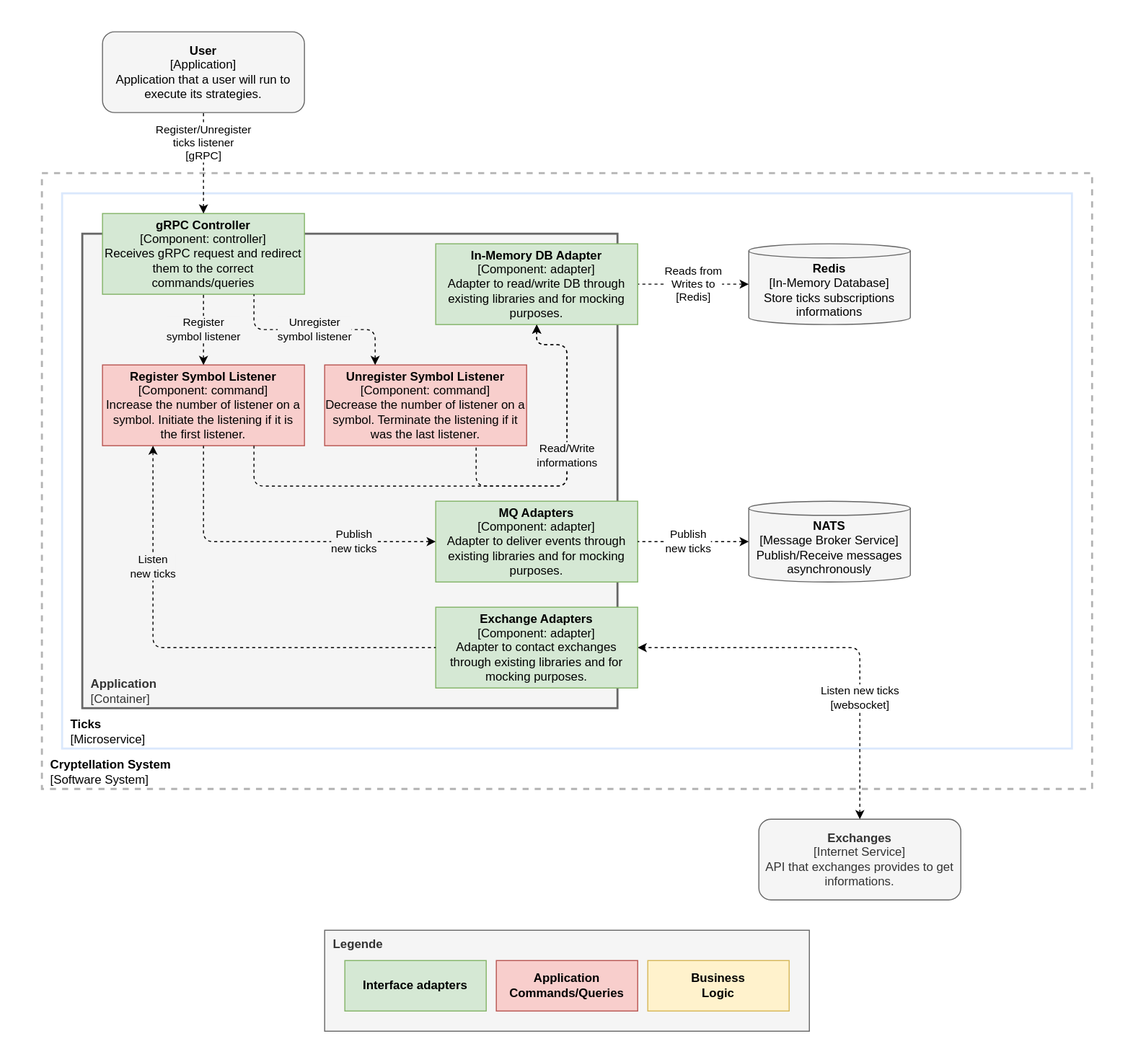
Earlier version of the draw.io export website/docs/services/ticks/internal/component-diagram.svg (lerenn/cryptellation). Source tidied: cells renumbered, new cells last; positions are measured from the earlier drawing's top-left corner, leaving out a move shared by most shapes.
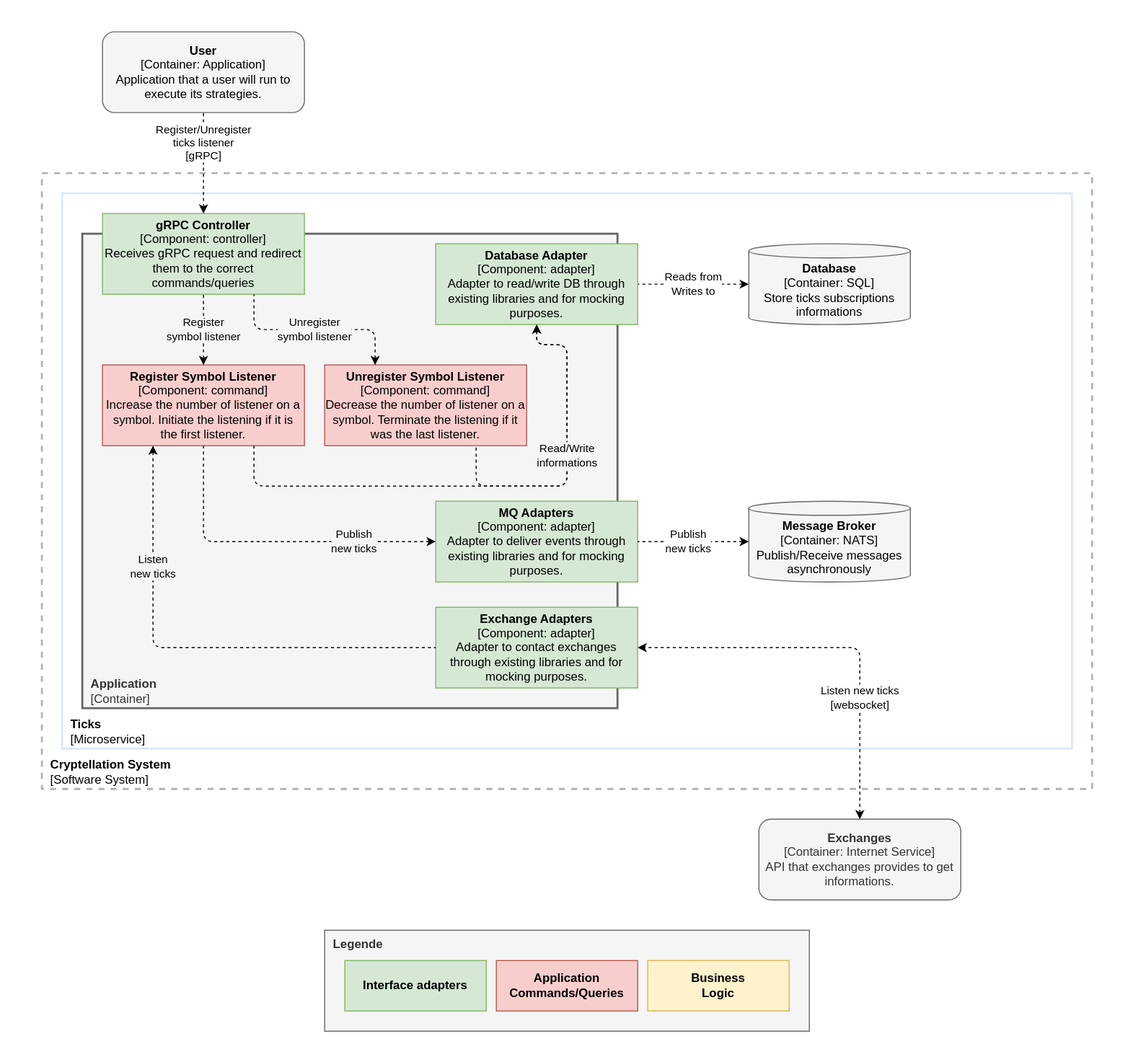
The same diagram one commit later.

Diff of the diagram source:
```diff
@@ -17,19 +17,19 @@
     <mxCell id="6" value="&lt;b&gt;gRPC Controller&lt;/b&gt;&lt;br&gt;[Component: controller]&lt;br&gt;Receives gRPC request and redirect them to the correct commands/queries" style="rounded=0;whiteSpace=wrap;html=1;fillColor=#d5e8d4;strokeColor=#82b366;" parent="1" vertex="1">
       <mxGeometry x="100" y="210" width="200" height="80" as="geometry" />
     </mxCell>
-    <mxCell id="7" value="&lt;b style=&quot;color: rgb(0 , 0 , 0)&quot;&gt;Redis&lt;/b&gt;&lt;br style=&quot;color: rgb(0 , 0 , 0)&quot;&gt;&lt;span style=&quot;color: rgb(0 , 0 , 0)&quot;&gt;[In-Memory Database]&lt;/span&gt;&lt;br style=&quot;color: rgb(0 , 0 , 0)&quot;&gt;&lt;span style=&quot;color: rgb(0 , 0 , 0)&quot;&gt;Store ticks subscriptions informations&lt;/span&gt;" style="shape=cylinder3;whiteSpace=wrap;html=1;boundedLbl=1;backgroundOutline=1;size=7;fillColor=#f5f5f5;strokeColor=#666666;fontColor=#333333;" parent="1" vertex="1">
+    <mxCell id="7" value="&lt;b style=&quot;color: rgb(0 , 0 , 0)&quot;&gt;Database&lt;/b&gt;&lt;br style=&quot;color: rgb(0 , 0 , 0)&quot;&gt;&lt;span style=&quot;color: rgb(0 , 0 , 0)&quot;&gt;[Container: SQL]&lt;/span&gt;&lt;br style=&quot;color: rgb(0 , 0 , 0)&quot;&gt;&lt;span style=&quot;color: rgb(0 , 0 , 0)&quot;&gt;Store ticks subscriptions informations&lt;/span&gt;" style="shape=cylinder3;whiteSpace=wrap;html=1;boundedLbl=1;backgroundOutline=1;size=7;fillColor=#f5f5f5;strokeColor=#666666;fontColor=#333333;" parent="1" vertex="1">
       <mxGeometry x="740" y="240" width="160" height="80" as="geometry" />
     </mxCell>
-    <mxCell id="8" value="&lt;b style=&quot;color: rgb(51 , 51 , 51)&quot;&gt;Exchanges&lt;/b&gt;&lt;br style=&quot;color: rgb(51 , 51 , 51)&quot;&gt;&lt;span style=&quot;color: rgb(51 , 51 , 51)&quot;&gt;[Internet Service]&lt;/span&gt;&lt;br style=&quot;color: rgb(51 , 51 , 51)&quot;&gt;&lt;span style=&quot;color: rgb(51 , 51 , 51)&quot;&gt;API that exchanges provides to get informations.&lt;/span&gt;" style="rounded=1;whiteSpace=wrap;html=1;fillColor=#f5f5f5;fontColor=#333333;strokeColor=#666666;" parent="1" vertex="1">
+    <mxCell id="8" value="&lt;b style=&quot;color: rgb(51 , 51 , 51)&quot;&gt;Exchanges&lt;/b&gt;&lt;br style=&quot;color: rgb(51 , 51 , 51)&quot;&gt;&lt;span style=&quot;color: rgb(51 , 51 , 51)&quot;&gt;[Container: Internet Service]&lt;/span&gt;&lt;br style=&quot;color: rgb(51 , 51 , 51)&quot;&gt;&lt;span style=&quot;color: rgb(51 , 51 , 51)&quot;&gt;API that exchanges provides to get informations.&lt;/span&gt;" style="rounded=1;whiteSpace=wrap;html=1;fillColor=#f5f5f5;fontColor=#333333;strokeColor=#666666;" parent="1" vertex="1">
       <mxGeometry x="750" y="810" width="200" height="80" as="geometry" />
     </mxCell>
     <mxCell id="9" value="&lt;font face=&quot;helvetica&quot;&gt;Listen new ticks&lt;br&gt;[websocket]&lt;br&gt;&lt;/font&gt;" style="endArrow=classic;dashed=1;html=1;exitX=0.5;exitY=0;exitDx=0;exitDy=0;entryX=1;entryY=0.5;entryDx=0;entryDy=0;edgeStyle=orthogonalEdgeStyle;startArrow=classic;startFill=1;endFill=1;" parent="1" edge="1" source="8" target="13">
       <mxGeometry x="-0.38" relative="1" as="geometry" />
     </mxCell>
-    <mxCell id="10" value="&lt;font face=&quot;helvetica&quot;&gt;Reads from&lt;br&gt;Writes to&lt;br&gt;[Redis]&lt;br&gt;&lt;/font&gt;" style="endArrow=none;dashed=1;html=1;exitX=0;exitY=0.5;exitDx=0;exitDy=0;entryX=1;entryY=0.5;entryDx=0;entryDy=0;edgeStyle=orthogonalEdgeStyle;startArrow=classic;startFill=1;exitPerimeter=0;" parent="1" edge="1" source="7" target="14">
+    <mxCell id="10" value="&lt;font face=&quot;helvetica&quot;&gt;Reads from&lt;br&gt;Writes to&lt;br&gt;&lt;/font&gt;" style="endArrow=none;dashed=1;html=1;exitX=0;exitY=0.5;exitDx=0;exitDy=0;entryX=1;entryY=0.5;entryDx=0;entryDy=0;edgeStyle=orthogonalEdgeStyle;startArrow=classic;startFill=1;exitPerimeter=0;" parent="1" edge="1" source="7" target="14">
       <mxGeometry relative="1" as="geometry" />
     </mxCell>
-    <mxCell id="11" value="&lt;b style=&quot;color: rgb(0 , 0 , 0) ; font-family: &amp;#34;helvetica&amp;#34; ; font-size: 12px ; font-style: normal ; letter-spacing: normal ; text-align: center ; text-indent: 0px ; text-transform: none ; word-spacing: 0px&quot;&gt;User&lt;/b&gt;&lt;br style=&quot;color: rgb(0 , 0 , 0) ; font-family: &amp;#34;helvetica&amp;#34; ; font-size: 12px ; font-style: normal ; font-weight: 400 ; letter-spacing: normal ; text-align: center ; text-indent: 0px ; text-transform: none ; word-spacing: 0px&quot;&gt;&lt;span style=&quot;color: rgb(0 , 0 , 0) ; font-family: &amp;#34;helvetica&amp;#34; ; font-size: 12px ; font-style: normal ; font-weight: 400 ; letter-spacing: normal ; text-align: center ; text-indent: 0px ; text-transform: none ; word-spacing: 0px ; display: inline ; float: none&quot;&gt;[Application]&lt;/span&gt;&lt;br style=&quot;color: rgb(0 , 0 , 0) ; font-family: &amp;#34;helvetica&amp;#34; ; font-size: 12px ; font-style: normal ; font-weight: 400 ; letter-spacing: normal ; text-align: center ; text-indent: 0px ; text-transform: none ; word-spacing: 0px&quot;&gt;&lt;span style=&quot;color: rgb(0 , 0 , 0) ; font-family: &amp;#34;helvetica&amp;#34; ; font-size: 12px ; font-style: normal ; font-weight: 400 ; letter-spacing: normal ; text-align: center ; text-indent: 0px ; text-transform: none ; word-spacing: 0px ; display: inline ; float: none&quot;&gt;Application that a user will run to execute its strategies.&lt;/span&gt;" style="rounded=1;whiteSpace=wrap;html=1;strokeColor=#666666;strokeWidth=1;fillColor=#f5f5f5;fontColor=#333333;" parent="1" vertex="1">
+    <mxCell id="11" value="&lt;b style=&quot;color: rgb(0 , 0 , 0) ; font-family: &amp;#34;helvetica&amp;#34; ; font-size: 12px ; font-style: normal ; letter-spacing: normal ; text-align: center ; text-indent: 0px ; text-transform: none ; word-spacing: 0px&quot;&gt;User&lt;/b&gt;&lt;br style=&quot;color: rgb(0 , 0 , 0) ; font-family: &amp;#34;helvetica&amp;#34; ; font-size: 12px ; font-style: normal ; font-weight: 400 ; letter-spacing: normal ; text-align: center ; text-indent: 0px ; text-transform: none ; word-spacing: 0px&quot;&gt;&lt;span style=&quot;color: rgb(0 , 0 , 0) ; font-family: &amp;#34;helvetica&amp;#34; ; font-size: 12px ; font-style: normal ; font-weight: 400 ; letter-spacing: normal ; text-align: center ; text-indent: 0px ; text-transform: none ; word-spacing: 0px ; display: inline ; float: none&quot;&gt;[Container: Application]&lt;/span&gt;&lt;br style=&quot;color: rgb(0 , 0 , 0) ; font-family: &amp;#34;helvetica&amp;#34; ; font-size: 12px ; font-style: normal ; font-weight: 400 ; letter-spacing: normal ; text-align: center ; text-indent: 0px ; text-transform: none ; word-spacing: 0px&quot;&gt;&lt;span style=&quot;color: rgb(0 , 0 , 0) ; font-family: &amp;#34;helvetica&amp;#34; ; font-size: 12px ; font-style: normal ; font-weight: 400 ; letter-spacing: normal ; text-align: center ; text-indent: 0px ; text-transform: none ; word-spacing: 0px ; display: inline ; float: none&quot;&gt;Application that a user will run to execute its strategies.&lt;/span&gt;" style="rounded=1;whiteSpace=wrap;html=1;strokeColor=#666666;strokeWidth=1;fillColor=#f5f5f5;fontColor=#333333;" parent="1" vertex="1">
       <mxGeometry x="100" y="30" width="200" height="80" as="geometry" />
     </mxCell>
     <mxCell id="12" value="&lt;font face=&quot;helvetica&quot;&gt;Register/Unregister&lt;br&gt;ticks listener&lt;br&gt;[gRPC]&lt;br&gt;&lt;/font&gt;" style="endArrow=none;dashed=1;html=1;entryX=0.5;entryY=1;entryDx=0;entryDy=0;edgeStyle=orthogonalEdgeStyle;startArrow=classic;startFill=1;exitX=0.5;exitY=0;exitDx=0;exitDy=0;" parent="1" edge="1" source="6" target="11">
@@ -38,7 +38,7 @@
     <mxCell id="13" value="&lt;b&gt;Exchange Adapters&lt;/b&gt;&lt;br&gt;[Component: adapter]&lt;br&gt;Adapter to contact exchanges through existing libraries and for mocking purposes." style="rounded=0;whiteSpace=wrap;html=1;fillColor=#d5e8d4;strokeColor=#82b366;" parent="1" vertex="1">
       <mxGeometry x="430" y="600" width="200" height="80" as="geometry" />
     </mxCell>
-    <mxCell id="14" value="&lt;b&gt;In-Memory DB Adapter&lt;/b&gt;&lt;br&gt;[Component: adapter]&lt;br&gt;Adapter to read/write DB through existing libraries and for mocking purposes." style="rounded=0;whiteSpace=wrap;html=1;fillColor=#d5e8d4;strokeColor=#82b366;" parent="1" vertex="1">
+    <mxCell id="14" value="&lt;b&gt;Database Adapter&lt;/b&gt;&lt;br&gt;[Component: adapter]&lt;br&gt;Adapter to read/write DB through existing libraries and for mocking purposes." style="rounded=0;whiteSpace=wrap;html=1;fillColor=#d5e8d4;strokeColor=#82b366;" parent="1" vertex="1">
       <mxGeometry x="430" y="240" width="200" height="80" as="geometry" />
     </mxCell>
     <mxCell id="15" value="&lt;b&gt;Register Symbol Listener&lt;/b&gt;&lt;br&gt;[Component: command]&lt;br&gt;Increase the number of listener on a symbol. Initiate the listening if it is the first listener." style="rounded=0;whiteSpace=wrap;html=1;fillColor=#f8cecc;strokeColor=#b85450;" parent="1" vertex="1">
@@ -94,7 +94,7 @@
     <mxCell id="27" value="&lt;font face=&quot;helvetica&quot;&gt;Publish&lt;br&gt;new ticks&lt;br&gt;&lt;/font&gt;" style="endArrow=none;dashed=1;html=1;exitX=0;exitY=0.5;exitDx=0;exitDy=0;entryX=0.5;entryY=1;entryDx=0;entryDy=0;edgeStyle=orthogonalEdgeStyle;startArrow=classic;startFill=1;labelBackgroundColor=#F5F5F5;" parent="1" edge="1" source="26" target="15">
       <mxGeometry x="-0.5" relative="1" as="geometry" />
     </mxCell>
-    <mxCell id="28" value="&lt;b style=&quot;color: rgb(0 , 0 , 0)&quot;&gt;NATS&lt;/b&gt;&lt;br style=&quot;color: rgb(0 , 0 , 0)&quot;&gt;&lt;span style=&quot;color: rgb(0 , 0 , 0)&quot;&gt;[Message Broker Service]&lt;/span&gt;&lt;br style=&quot;color: rgb(0 , 0 , 0)&quot;&gt;&lt;span style=&quot;color: rgb(0 , 0 , 0)&quot;&gt;Publish/Receive messages asynchronously&lt;/span&gt;" style="shape=cylinder3;whiteSpace=wrap;html=1;boundedLbl=1;backgroundOutline=1;size=7;fillColor=#f5f5f5;strokeColor=#666666;fontColor=#333333;" parent="1" vertex="1">
+    <mxCell id="28" value="&lt;b style=&quot;color: rgb(0 , 0 , 0)&quot;&gt;Message Broker&lt;/b&gt;&lt;br style=&quot;color: rgb(0 , 0 , 0)&quot;&gt;&lt;span style=&quot;color: rgb(0 , 0 , 0)&quot;&gt;[Container: NATS]&lt;/span&gt;&lt;br style=&quot;color: rgb(0 , 0 , 0)&quot;&gt;&lt;span style=&quot;color: rgb(0 , 0 , 0)&quot;&gt;Publish/Receive messages asynchronously&lt;/span&gt;" style="shape=cylinder3;whiteSpace=wrap;html=1;boundedLbl=1;backgroundOutline=1;size=7;fillColor=#f5f5f5;strokeColor=#666666;fontColor=#333333;" parent="1" vertex="1">
       <mxGeometry x="740" y="495" width="160" height="80" as="geometry" />
     </mxCell>
     <mxCell id="29" value="&lt;font face=&quot;helvetica&quot;&gt;Publish&lt;br&gt;new ticks&lt;br&gt;&lt;/font&gt;" style="endArrow=none;dashed=1;html=1;entryX=1;entryY=0.5;entryDx=0;entryDy=0;edgeStyle=orthogonalEdgeStyle;startArrow=classic;startFill=1;labelBackgroundColor=#FFFFFF;" parent="1" edge="1" source="28" target="26">
```
